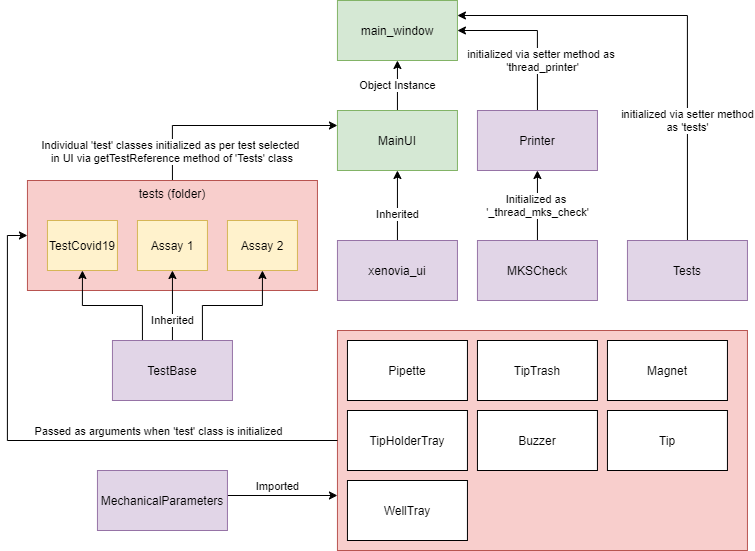
The draw.io diagram Doccumentation & Resources/Code Functional Block Diagram.png in FracktalWorks/Xenovia-RNA-Extraction-PCR-Machine, before a commit. Source tidied: cells renumbered, new cells last; positions are measured from the earlier drawing's top-left corner, leaving out a move shared by most shapes.
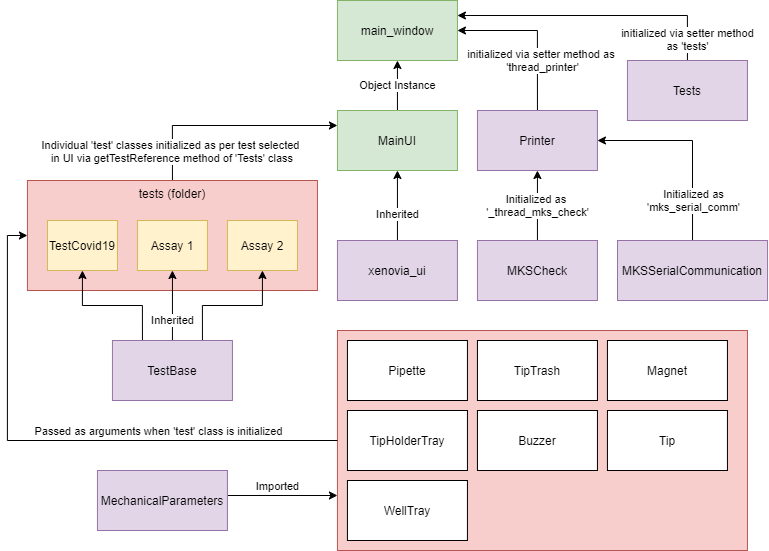
The same diagram one commit later.

Change to the diagram source:
```diff
@@ -41,11 +41,11 @@
     </mxCell>
     <mxCell id="13" value="initialized via setter method&lt;br&gt;as 'tests'" style="edgeLabel;html=1;align=center;verticalAlign=middle;" parent="12" vertex="1">
       <mxGeometry x="-0.42" y="-1" relative="1" as="geometry">
-        <mxPoint x="-1" y="12" as="offset" />
+        <mxPoint x="35" y="24" as="offset" />
       </mxGeometry>
     </mxCell>
     <mxCell id="14" value="Tests" style="rounded=0;whiteSpace=wrap;html=1;fillColor=#e1d5e7;strokeColor=#9673a6;" parent="1" vertex="1">
-      <mxGeometry x="599.9" y="240" width="120" height="60" as="geometry" />
+      <mxGeometry x="599.9" y="60" width="120" height="60" as="geometry" />
     </mxCell>
     <mxCell id="15" style="edgeStyle=orthogonalEdgeStyle;rounded=0;jettySize=auto;html=1;exitX=0.5;exitY=0;exitDx=0;exitDy=0;entryX=0;entryY=0.25;entryDx=0;entryDy=0;" parent="1" edge="1" source="17" target="4">
       <mxGeometry relative="1" as="geometry" />
@@ -129,5 +129,16 @@
     <mxCell id="38" value="MKSCheck" style="rounded=0;whiteSpace=wrap;html=1;fillColor=#e1d5e7;strokeColor=#9673a6;" parent="1" vertex="1">
       <mxGeometry x="449.9" y="240" width="120" height="60" as="geometry" />
     </mxCell>
+    <mxCell id="39" style="edgeStyle=orthogonalEdgeStyle;rounded=0;jettySize=auto;html=1;exitX=0.5;exitY=0;exitDx=0;exitDy=0;entryX=1;entryY=0.5;entryDx=0;entryDy=0;" parent="1" edge="1" source="41" target="10">
+      <mxGeometry relative="1" as="geometry" />
+    </mxCell>
+    <mxCell id="40" value="Initialized as&lt;br&gt;&amp;nbsp;'mks_serial_comm'&amp;nbsp;" style="edgeLabel;html=1;align=center;verticalAlign=middle;" parent="39" vertex="1">
+      <mxGeometry x="-0.28" y="1" relative="1" as="geometry">
+        <mxPoint x="1" y="29" as="offset" />
+      </mxGeometry>
+    </mxCell>
+    <mxCell id="41" value="MKSSerialCommunication" style="rounded=0;whiteSpace=wrap;html=1;fillColor=#e1d5e7;strokeColor=#9673a6;" parent="1" vertex="1">
+      <mxGeometry x="590" y="240" width="150.1" height="60" as="geometry" />
+    </mxCell>
   </root>
 </mxGraphModel>
```
